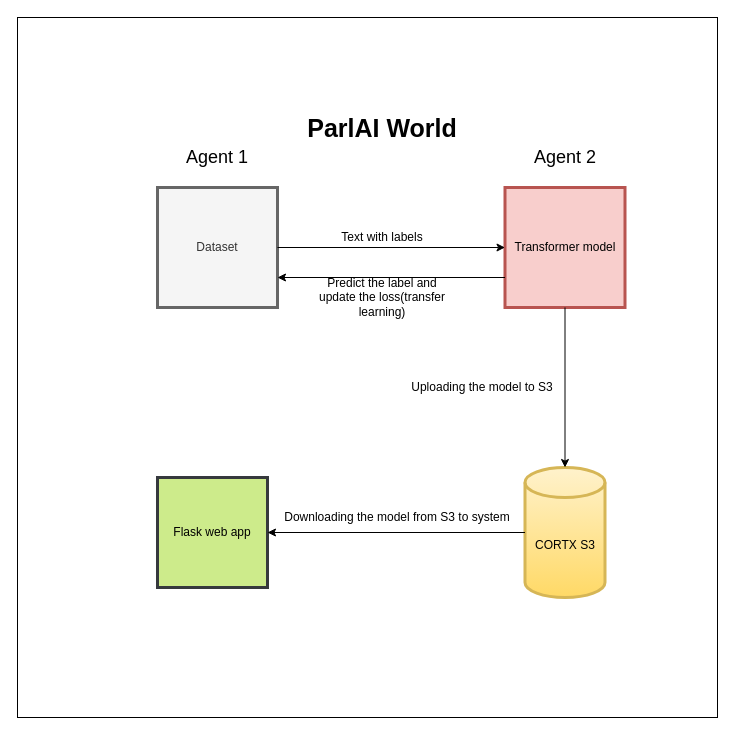
Seagate/cortx keeps this draw.io diagram as doc/integrations/pytorch/docs/Untitled Diagram.drawio. Above is the earlier version. Source tidied: cells renumbered, new cells numbered last; positions are measured from the earlier drawing's top-left corner, leaving out a move shared by most shapes. Both pictures are drawn from the tidied source at 100%, with x=0, y=0 at pixel (17, 17).
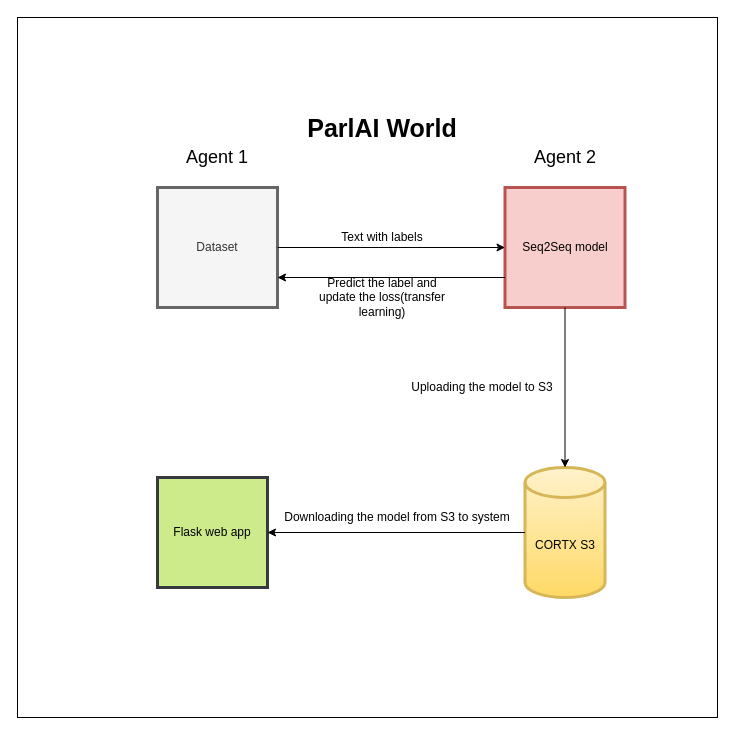
The same page after the edit.

What changed in the source:
```diff
@@
 <mxGraphModel>
   <root>
     <mxCell id="0" />
     <mxCell id="1" parent="0" />
     <mxCell id="2" style="whiteSpace=wrap;html=1;" parent="1" vertex="1">
       <mxGeometry width="700" height="700" as="geometry" />
     </mxCell>
-    <mxCell id="3" value="Transformer model" style="whiteSpace=wrap;html=1;strokeWidth=3;fillColor=#f8cecc;strokeColor=#b85450;" parent="1" vertex="1">
+    <mxCell id="3" value="Seq2Seq model" style="whiteSpace=wrap;html=1;strokeWidth=3;fillColor=#f8cecc;strokeColor=#b85450;" parent="1" vertex="1">
       <mxGeometry x="487.5" y="170" width="120" height="120" as="geometry" />
     </mxCell>
     <mxCell id="4" value="Dataset" style="whiteSpace=wrap;html=1;strokeWidth=3;fillColor=#f5f5f5;strokeColor=#666666;fontColor=#333333;" parent="1" vertex="1">
       <mxGeometry x="140" y="170" width="120" height="120" as="geometry" />
     </mxCell>
     <mxCell id="5" value="&lt;font style=&quot;font-size: 18px&quot;&gt;Agent 1&lt;/font&gt;" style="text;html=1;strokeColor=none;fillColor=none;align=center;verticalAlign=middle;whiteSpace=wrap;rounded=0;" parent="1" vertex="1">
       <mxGeometry x="165" y="130" width="70" height="20" as="geometry" />
     </mxCell>
     <mxCell id="6" value="&lt;font style=&quot;font-size: 18px&quot;&gt;Agent 2&lt;/font&gt;" style="text;html=1;strokeColor=none;fillColor=none;align=center;verticalAlign=middle;whiteSpace=wrap;rounded=0;" parent="1" vertex="1">
       <mxGeometry x="512.5" y="130" width="70" height="20" as="geometry" />
     </mxCell>
     <mxCell id="7" value="&lt;b&gt;&lt;font style=&quot;font-size: 25px&quot;&gt;ParlAI World&lt;/font&gt;&lt;/b&gt;" style="text;html=1;strokeColor=none;fillColor=none;align=center;verticalAlign=middle;whiteSpace=wrap;rounded=0;" parent="1" vertex="1">
       <mxGeometry x="270" y="100" width="190" height="20" as="geometry" />
     </mxCell>
     <mxCell id="8" style="endArrow=classic;html=1;entryX=0;entryY=0.5;entryDx=0;entryDy=0;" parent="1" edge="1" source="4" target="3">
       <mxGeometry relative="1" as="geometry" />
     </mxCell>
     <mxCell id="9" style="endArrow=classic;html=1;exitX=0;exitY=0.75;exitDx=0;exitDy=0;entryX=1;entryY=0.75;entryDx=0;entryDy=0;" parent="1" edge="1" source="3" target="4">
       <mxGeometry relative="1" as="geometry" />
     </mxCell>
     <mxCell id="10" value="Text with labels" style="text;html=1;strokeColor=none;fillColor=none;align=center;verticalAlign=middle;whiteSpace=wrap;rounded=0;" parent="1" vertex="1">
       <mxGeometry x="300" y="210" width="130" height="20" as="geometry" />
     </mxCell>
     <mxCell id="11" value="Predict the label and update the loss(transfer learning)" style="text;html=1;strokeColor=none;fillColor=none;align=center;verticalAlign=middle;whiteSpace=wrap;rounded=0;" parent="1" vertex="1">
       <mxGeometry x="300" y="270" width="130" height="20" as="geometry" />
     </mxCell>
     <mxCell id="12" value="CORTX S3" style="shape=cylinder3;whiteSpace=wrap;html=1;boundedLbl=1;backgroundOutline=1;size=15;strokeWidth=3;fillColor=#fff2cc;strokeColor=#d6b656;gradientColor=#ffd966;" parent="1" vertex="1">
       <mxGeometry x="507.5" y="450" width="80" height="130" as="geometry" />
     </mxCell>
     <mxCell id="13" style="endArrow=classic;html=1;entryX=0.5;entryY=0;entryDx=0;entryDy=0;entryPerimeter=0;exitX=0.5;exitY=1;exitDx=0;exitDy=0;" parent="1" edge="1" source="3" target="12">
       <mxGeometry relative="1" as="geometry" />
     </mxCell>
     <mxCell id="14" value="Flask web app" style="whiteSpace=wrap;html=1;strokeWidth=3;fillColor=#cdeb8b;strokeColor=#36393d;" parent="1" vertex="1">
       <mxGeometry x="140" y="460" width="110" height="110" as="geometry" />
     </mxCell>
     <mxCell id="15" style="endArrow=classic;html=1;entryX=1;entryY=0.5;entryDx=0;entryDy=0;exitX=0;exitY=0.5;exitDx=0;exitDy=0;exitPerimeter=0;" parent="1" edge="1" source="12" target="14">
       <mxGeometry relative="1" as="geometry" />
     </mxCell>
     <mxCell id="16" value="Uploading the model to S3" style="text;html=1;strokeColor=none;fillColor=none;align=center;verticalAlign=middle;whiteSpace=wrap;rounded=0;" parent="1" vertex="1">
       <mxGeometry x="390" y="360" width="150" height="20" as="geometry" />
     </mxCell>
     <mxCell id="17" value="Downloading the model from S3 to system" style="text;html=1;strokeColor=none;fillColor=none;align=center;verticalAlign=middle;whiteSpace=wrap;rounded=0;" parent="1" vertex="1">
       <mxGeometry x="260" y="490" width="240" height="20" as="geometry" />
     </mxCell>
   </root>
 </mxGraphModel>
```
